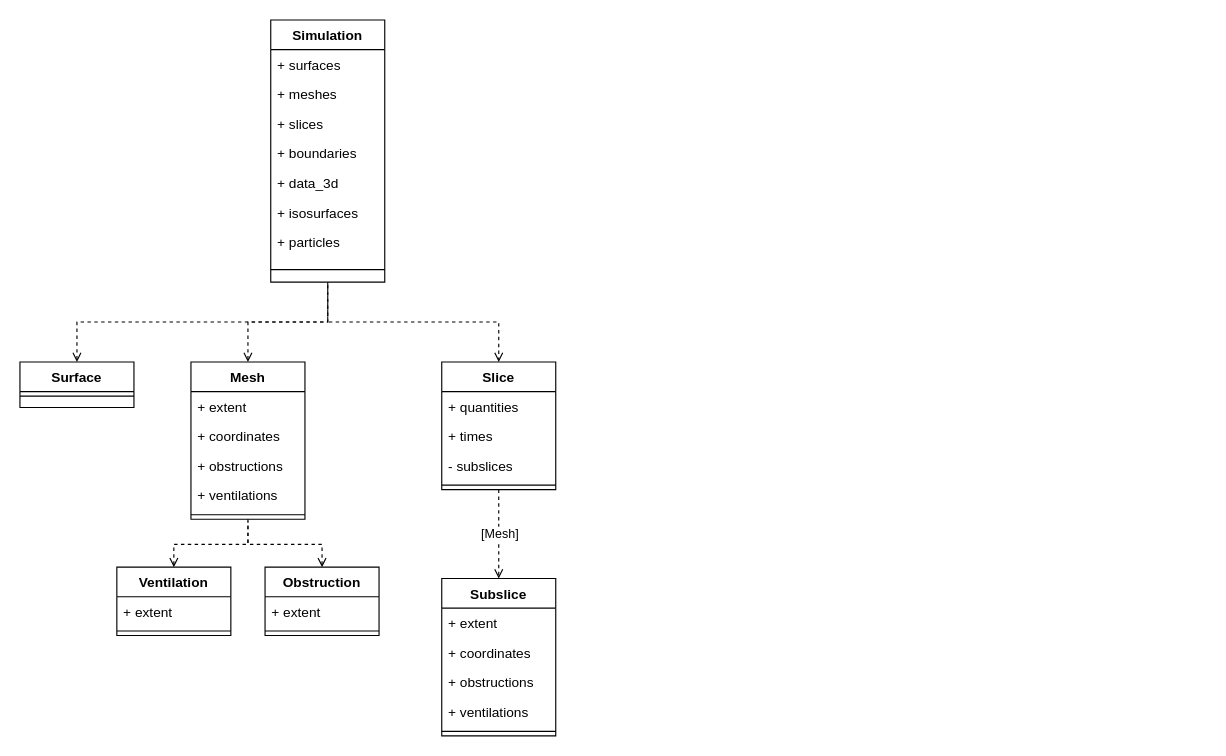
Earlier version of the draw.io diagram docs/img/data-structure.drawio (FireDynamics/fdsreader). Source tidied: cells renumbered, new cells numbered last; positions are measured from the earlier drawing's top-left corner, leaving out a move shared by most shapes. Both pictures are drawn from the tidied source at 114%, with x=0, y=0 at pixel (19, 19).
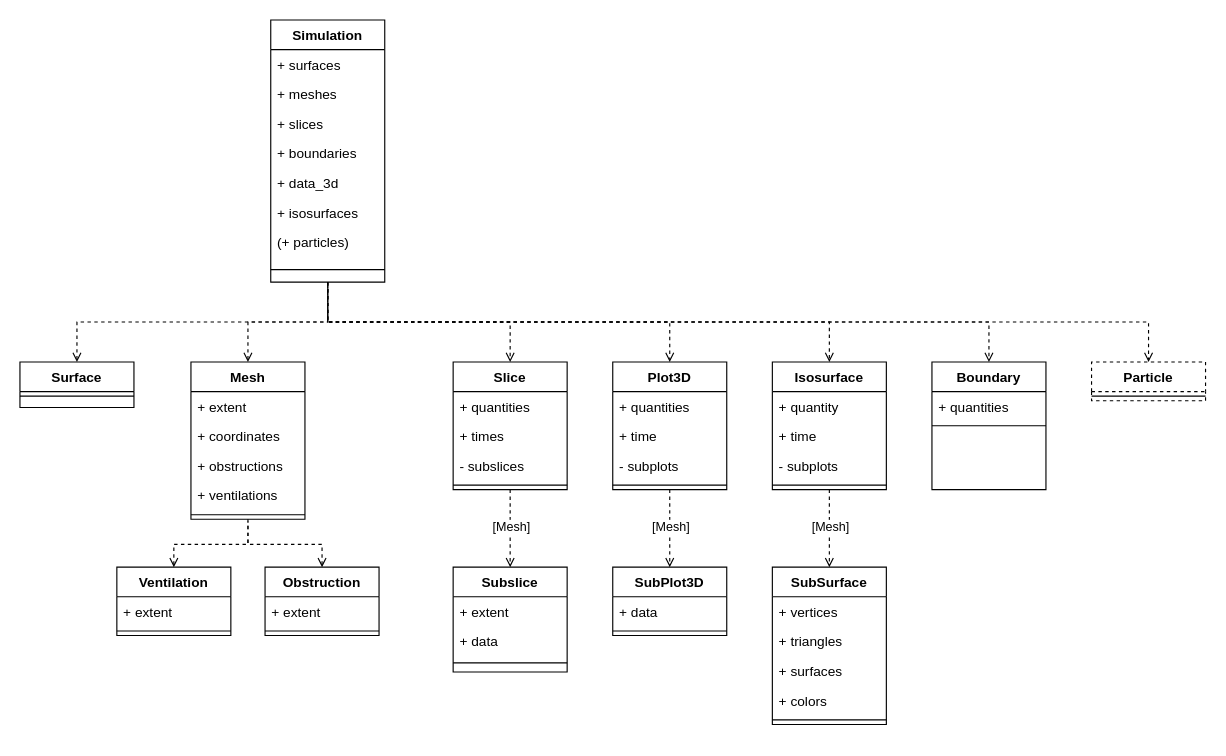
The same page after the edit.

Unchanged cells that the change refers to:
```xml
<mxCell id="3" value="Simulation" style="swimlane;fontStyle=1;align=center;verticalAlign=top;horizontal=1;startSize=26;rounded=0;shadow=0;strokeWidth=1;" parent="1" vertex="1">
  <mxGeometry x="220" width="100" height="230" as="geometry" />
</mxCell>
```

What changed in the source:
```diff
@@
+    <mxCell id="43" style="edgeStyle=orthogonalEdgeStyle;rounded=0;jettySize=auto;html=1;exitX=0.5;exitY=1;exitDx=0;exitDy=0;entryX=0.5;entryY=0;entryDx=0;entryDy=0;dashed=1;startArrow=none;startFill=0;endArrow=open;endFill=0;" parent="1" edge="1" source="3" target="49">
+      <mxGeometry relative="1" as="geometry" />
+    </mxCell>
+    <mxCell id="44" style="edgeStyle=orthogonalEdgeStyle;rounded=0;jettySize=auto;html=1;exitX=0.5;exitY=1;exitDx=0;exitDy=0;entryX=0.5;entryY=0;entryDx=0;entryDy=0;dashed=1;startArrow=none;startFill=0;endArrow=open;endFill=0;" parent="1" edge="1" source="3" target="59">
+      <mxGeometry relative="1" as="geometry" />
+    </mxCell>
@@
+    <mxCell id="45" style="edgeStyle=orthogonalEdgeStyle;rounded=0;jettySize=auto;html=1;exitX=0.5;exitY=1;exitDx=0;exitDy=0;dashed=1;startArrow=none;startFill=0;endArrow=open;endFill=0;" parent="1" edge="1" source="3" target="72">
+      <mxGeometry relative="1" as="geometry" />
+    </mxCell>
+    <mxCell id="46" style="edgeStyle=orthogonalEdgeStyle;rounded=0;jettySize=auto;html=1;exitX=0.5;exitY=1;exitDx=0;exitDy=0;entryX=0.5;entryY=0;entryDx=0;entryDy=0;dashed=1;startArrow=none;startFill=0;endArrow=open;endFill=0;" parent="1" edge="1" source="3" target="70">
+      <mxGeometry relative="1" as="geometry" />
+    </mxCell>
@@
-    <mxCell id="10" value="+ particles" style="text;align=left;verticalAlign=top;spacingLeft=4;spacingRight=4;overflow=hidden;rounded=0;shadow=0;html=0;" parent="3" vertex="1">
+    <mxCell id="10" value="(+ particles)" style="text;align=left;verticalAlign=top;spacingLeft=4;spacingRight=4;overflow=hidden;rounded=0;shadow=0;html=0;" parent="3" vertex="1">
       <mxGeometry y="182" width="100" height="26" as="geometry" />
     </mxCell>
@@
-    <mxCell id="32" value="Slice" style="swimlane;fontStyle=1;align=center;verticalAlign=top;horizontal=1;startSize=26;rounded=0;shadow=0;strokeWidth=1;" parent="1" vertex="1">
-      <mxGeometry x="370" y="300" width="100" height="112" as="geometry" />
+    <mxCell id="32" value="Plot3D" style="swimlane;fontStyle=1;align=center;verticalAlign=top;horizontal=1;startSize=26;rounded=0;shadow=0;strokeWidth=1;" parent="1" vertex="1">
+      <mxGeometry x="520" y="300" width="100" height="112" as="geometry" />
     </mxCell>
@@
-    <mxCell id="34" value="+ times" style="text;align=left;verticalAlign=top;spacingLeft=4;spacingRight=4;overflow=hidden;" parent="32" vertex="1">
+    <mxCell id="34" value="+ time" style="text;align=left;verticalAlign=top;spacingLeft=4;spacingRight=4;overflow=hidden;" parent="32" vertex="1">
       <mxGeometry y="52" width="100" height="26" as="geometry" />
     </mxCell>
-    <mxCell id="35" value="- subslices" style="text;align=left;verticalAlign=top;spacingLeft=4;spacingRight=4;overflow=hidden;" parent="32" vertex="1">
+    <mxCell id="35" value="- subplots" style="text;align=left;verticalAlign=top;spacingLeft=4;spacingRight=4;overflow=hidden;" parent="32" vertex="1">
       <mxGeometry y="78" width="100" height="26" as="geometry" />
     </mxCell>
@@
-    <mxCell id="37" value="Subslice" style="swimlane;fontStyle=1;align=center;verticalAlign=top;horizontal=1;startSize=26;rounded=0;shadow=0;strokeWidth=1;" parent="1" vertex="1">
-      <mxGeometry x="370" y="490" width="100" height="138" as="geometry" />
+    <mxCell id="37" value="SubPlot3D" style="swimlane;fontStyle=1;align=center;verticalAlign=top;horizontal=1;startSize=26;rounded=0;shadow=0;strokeWidth=1;" parent="1" vertex="1">
+      <mxGeometry x="520" y="480" width="100" height="60" as="geometry" />
     </mxCell>
+    <mxCell id="40" value="+ data" style="text;align=left;verticalAlign=top;spacingLeft=4;spacingRight=4;overflow=hidden;" parent="37" vertex="1">
+      <mxGeometry y="26" width="100" height="26" as="geometry" />
+    </mxCell>
+    <mxCell id="42" style="line;html=1;strokeWidth=1;align=left;verticalAlign=middle;spacingTop=-1;spacingLeft=3;spacingRight=3;labelPosition=right;" parent="37" vertex="1">
+      <mxGeometry y="52" width="100" height="8" as="geometry" />
+    </mxCell>
+    <mxCell id="47" style="edgeStyle=orthogonalEdgeStyle;rounded=0;jettySize=auto;html=1;exitX=0.5;exitY=1;exitDx=0;exitDy=0;entryX=0.5;entryY=0;entryDx=0;entryDy=0;startArrow=none;startFill=0;endArrow=open;endFill=0;dashed=1;" parent="1" edge="1" source="49" target="54">
+      <mxGeometry relative="1" as="geometry" />
+    </mxCell>
+    <mxCell id="48" value="[Mesh]" style="edgeLabel;html=1;align=center;verticalAlign=middle;" parent="47" vertex="1">
+      <mxGeometry x="0.23" relative="1" as="geometry">
+        <mxPoint y="-10" as="offset" />
+      </mxGeometry>
+    </mxCell>
+    <mxCell id="49" value="Slice" style="swimlane;fontStyle=1;align=center;verticalAlign=top;horizontal=1;startSize=26;rounded=0;shadow=0;strokeWidth=1;" parent="1" vertex="1">
+      <mxGeometry x="380" y="300" width="100" height="112" as="geometry" />
+    </mxCell>
+    <mxCell id="50" value="+ quantities" style="text;align=left;verticalAlign=top;spacingLeft=4;spacingRight=4;overflow=hidden;" parent="49" vertex="1">
+      <mxGeometry y="26" width="100" height="26" as="geometry" />
+    </mxCell>
+    <mxCell id="51" value="+ times" style="text;align=left;verticalAlign=top;spacingLeft=4;spacingRight=4;overflow=hidden;" parent="49" vertex="1">
+      <mxGeometry y="52" width="100" height="26" as="geometry" />
+    </mxCell>
+    <mxCell id="52" value="- subslices" style="text;align=left;verticalAlign=top;spacingLeft=4;spacingRight=4;overflow=hidden;" parent="49" vertex="1">
+      <mxGeometry y="78" width="100" height="26" as="geometry" />
+    </mxCell>
+    <mxCell id="53" style="line;html=1;strokeWidth=1;align=left;verticalAlign=middle;spacingTop=-1;spacingLeft=3;spacingRight=3;labelPosition=right;" parent="49" vertex="1">
+      <mxGeometry y="104" width="100" height="8" as="geometry" />
+    </mxCell>
+    <mxCell id="54" value="Subslice" style="swimlane;fontStyle=1;align=center;verticalAlign=top;horizontal=1;startSize=26;rounded=0;shadow=0;strokeWidth=1;" parent="1" vertex="1">
+      <mxGeometry x="380" y="480" width="100" height="92" as="geometry" />
+    </mxCell>
-    <mxCell id="38" value="+ extent" style="text;align=left;verticalAlign=top;spacingLeft=4;spacingRight=4;overflow=hidden;" parent="37" vertex="1">
+    <mxCell id="38" value="+ extent" style="text;align=left;verticalAlign=top;spacingLeft=4;spacingRight=4;overflow=hidden;" parent="54" vertex="1">
       <mxGeometry y="26" width="100" height="26" as="geometry" />
     </mxCell>
-    <mxCell id="39" value="+ coordinates" style="text;align=left;verticalAlign=top;spacingLeft=4;spacingRight=4;overflow=hidden;" parent="37" vertex="1">
-      <mxGeometry y="52" width="100" height="26" as="geometry" />
-    </mxCell>
-    <mxCell id="40" value="+ obstructions" style="text;align=left;verticalAlign=top;spacingLeft=4;spacingRight=4;overflow=hidden;" parent="37" vertex="1">
-      <mxGeometry y="78" width="100" height="26" as="geometry" />
-    </mxCell>
-    <mxCell id="41" value="+ ventilations" style="text;align=left;verticalAlign=top;spacingLeft=4;spacingRight=4;overflow=hidden;" parent="37" vertex="1">
-      <mxGeometry y="104" width="100" height="26" as="geometry" />
-    </mxCell>
-    <mxCell id="42" style="line;html=1;strokeWidth=1;align=left;verticalAlign=middle;spacingTop=-1;spacingLeft=3;spacingRight=3;labelPosition=right;" parent="37" vertex="1">
-      <mxGeometry y="130" width="100" height="8" as="geometry" />
-    </mxCell>
+    <mxCell id="55" value="+ data" style="text;align=left;verticalAlign=top;spacingLeft=4;spacingRight=4;overflow=hidden;" parent="54" vertex="1">
+      <mxGeometry y="52" width="100" height="26" as="geometry" />
+    </mxCell>
+    <mxCell id="56" style="line;html=1;strokeWidth=1;align=left;verticalAlign=middle;spacingTop=-1;spacingLeft=3;spacingRight=3;labelPosition=right;" parent="54" vertex="1">
+      <mxGeometry y="78" width="100" height="12" as="geometry" />
+    </mxCell>
+    <mxCell id="57" style="edgeStyle=orthogonalEdgeStyle;rounded=0;jettySize=auto;html=1;exitX=0.5;exitY=1;exitDx=0;exitDy=0;entryX=0.5;entryY=0;entryDx=0;entryDy=0;startArrow=none;startFill=0;endArrow=open;endFill=0;dashed=1;" parent="1" edge="1" source="59" target="64">
+      <mxGeometry relative="1" as="geometry" />
+    </mxCell>
+    <mxCell id="58" value="[Mesh]" style="edgeLabel;html=1;align=center;verticalAlign=middle;" parent="57" vertex="1">
+      <mxGeometry x="0.23" relative="1" as="geometry">
+        <mxPoint y="-10" as="offset" />
+      </mxGeometry>
+    </mxCell>
+    <mxCell id="59" value="Isosurface" style="swimlane;fontStyle=1;align=center;verticalAlign=top;horizontal=1;startSize=26;rounded=0;shadow=0;strokeWidth=1;" parent="1" vertex="1">
+      <mxGeometry x="660" y="300" width="100" height="112" as="geometry" />
+    </mxCell>
+    <mxCell id="60" value="+ quantity" style="text;align=left;verticalAlign=top;spacingLeft=4;spacingRight=4;overflow=hidden;" parent="59" vertex="1">
+      <mxGeometry y="26" width="100" height="26" as="geometry" />
+    </mxCell>
+    <mxCell id="61" value="+ time" style="text;align=left;verticalAlign=top;spacingLeft=4;spacingRight=4;overflow=hidden;" parent="59" vertex="1">
+      <mxGeometry y="52" width="100" height="26" as="geometry" />
+    </mxCell>
+    <mxCell id="62" value="- subplots" style="text;align=left;verticalAlign=top;spacingLeft=4;spacingRight=4;overflow=hidden;" parent="59" vertex="1">
+      <mxGeometry y="78" width="100" height="26" as="geometry" />
+    </mxCell>
+    <mxCell id="63" style="line;html=1;strokeWidth=1;align=left;verticalAlign=middle;spacingTop=-1;spacingLeft=3;spacingRight=3;labelPosition=right;" parent="59" vertex="1">
+      <mxGeometry y="104" width="100" height="8" as="geometry" />
+    </mxCell>
+    <mxCell id="64" value="SubSurface" style="swimlane;fontStyle=1;align=center;verticalAlign=top;horizontal=1;startSize=26;rounded=0;shadow=0;strokeWidth=1;" parent="1" vertex="1">
+      <mxGeometry x="660" y="480" width="100" height="138" as="geometry" />
+    </mxCell>
+    <mxCell id="65" value="+ vertices" style="text;align=left;verticalAlign=top;spacingLeft=4;spacingRight=4;overflow=hidden;" parent="64" vertex="1">
+      <mxGeometry y="26" width="100" height="26" as="geometry" />
+    </mxCell>
+    <mxCell id="66" value="+ triangles" style="text;align=left;verticalAlign=top;spacingLeft=4;spacingRight=4;overflow=hidden;" parent="64" vertex="1">
+      <mxGeometry y="52" width="100" height="26" as="geometry" />
+    </mxCell>
+    <mxCell id="67" value="+ surfaces" style="text;align=left;verticalAlign=top;spacingLeft=4;spacingRight=4;overflow=hidden;" parent="64" vertex="1">
+      <mxGeometry y="78" width="100" height="26" as="geometry" />
+    </mxCell>
+    <mxCell id="68" value="+ colors" style="text;align=left;verticalAlign=top;spacingLeft=4;spacingRight=4;overflow=hidden;" parent="64" vertex="1">
+      <mxGeometry y="104" width="100" height="26" as="geometry" />
+    </mxCell>
+    <mxCell id="69" style="line;html=1;strokeWidth=1;align=left;verticalAlign=middle;spacingTop=-1;spacingLeft=3;spacingRight=3;labelPosition=right;" parent="64" vertex="1">
+      <mxGeometry y="130" width="100" height="8" as="geometry" />
+    </mxCell>
+    <mxCell id="70" value="Particle" style="swimlane;fontStyle=1;align=center;verticalAlign=top;horizontal=1;startSize=26;rounded=0;shadow=0;strokeWidth=1;dashed=1;" parent="1" vertex="1">
+      <mxGeometry x="940" y="300" width="100" height="34" as="geometry" />
+    </mxCell>
+    <mxCell id="71" style="line;html=1;strokeWidth=1;align=left;verticalAlign=middle;spacingTop=-1;spacingLeft=3;spacingRight=3;labelPosition=right;" parent="70" vertex="1">
+      <mxGeometry y="26" width="100" height="8" as="geometry" />
+    </mxCell>
+    <mxCell id="72" value="Boundary" style="swimlane;fontStyle=1;align=center;verticalAlign=top;horizontal=1;startSize=26;rounded=0;shadow=0;strokeWidth=1;" parent="1" vertex="1">
+      <mxGeometry x="800" y="300" width="100" height="112" as="geometry" />
+    </mxCell>
+    <mxCell id="73" value="+ quantities" style="text;align=left;verticalAlign=top;spacingLeft=4;spacingRight=4;overflow=hidden;" parent="72" vertex="1">
+      <mxGeometry y="26" width="100" height="26" as="geometry" />
+    </mxCell>
+    <mxCell id="74" style="line;html=1;strokeWidth=1;align=left;verticalAlign=middle;spacingTop=-1;spacingLeft=3;spacingRight=3;labelPosition=right;" parent="72" vertex="1">
+      <mxGeometry y="52" width="100" height="8" as="geometry" />
+    </mxCell>
```
